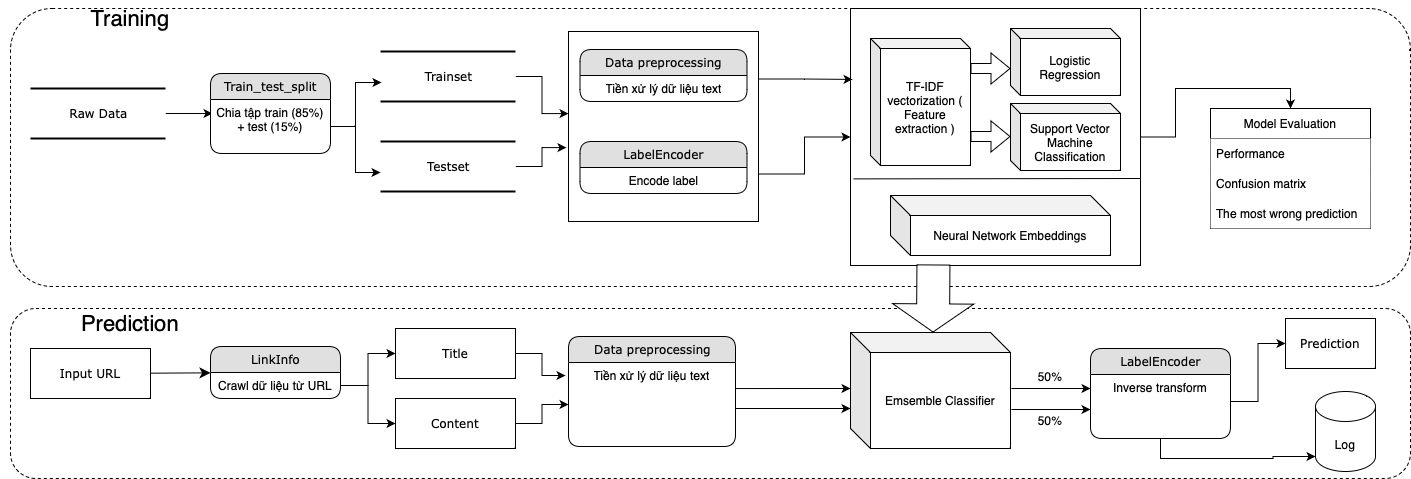
Above: outputs/figures/Projectworkflow.png in datkt1998/Text-Classification-of-News-Articles (draw.io), before the change. Source tidied: cells renumbered, new cells last; positions are measured from the earlier drawing's top-left corner, leaving out a move shared by most shapes.
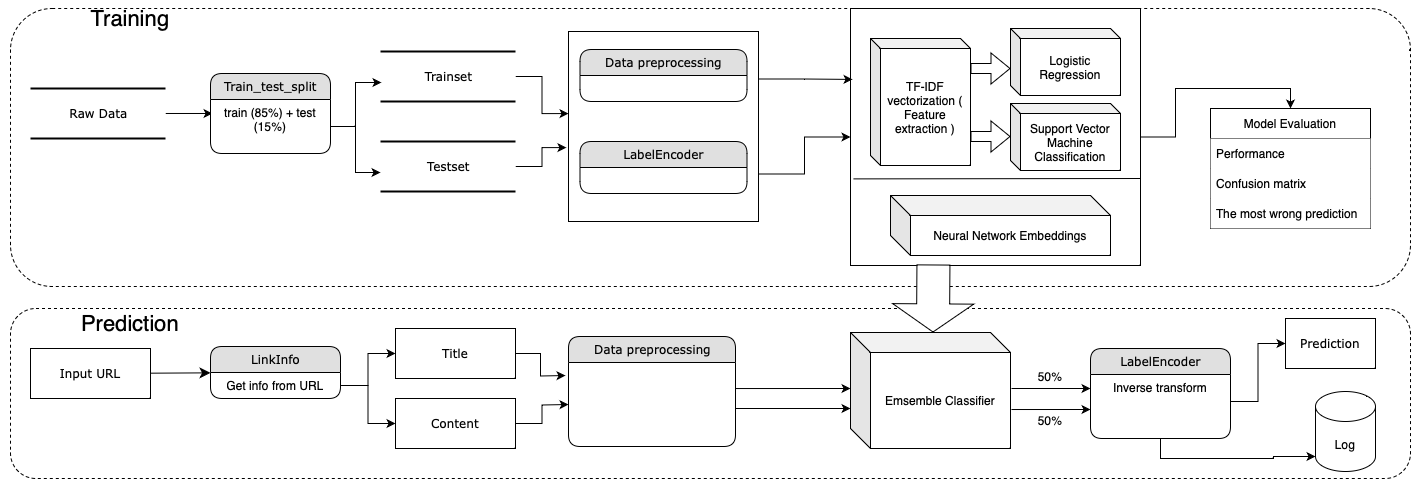
Later version of the same file.

What changed in the source:
```diff
@@ -23,7 +23,7 @@
     <mxCell id="8" value="LinkInfo" style="swimlane;html=1;fontStyle=0;horizontal=1;startSize=26;fillColor=#e0e0e0;swimlaneFillColor=#ffffff;align=center;rounded=1;shadow=0;comic=0;labelBackgroundColor=none;strokeWidth=1;fontFamily=Verdana;fontSize=12;" parent="1" vertex="1">
       <mxGeometry x="210" y="345" width="130" height="52" as="geometry" />
     </mxCell>
-    <mxCell id="9" value="Crawl dữ liệu từ URL" style="text;html=1;strokeColor=none;fillColor=none;spacingLeft=4;spacingRight=4;whiteSpace=wrap;overflow=hidden;points=[[0,0.5],[1,0.5]];portConstraint=eastwest;align=center;" parent="8" vertex="1">
+    <mxCell id="9" value="Get info from URL" style="text;html=1;strokeColor=none;fillColor=none;spacingLeft=4;spacingRight=4;whiteSpace=wrap;overflow=hidden;points=[[0,0.5],[1,0.5]];portConstraint=eastwest;align=center;" parent="8" vertex="1">
       <mxGeometry y="26" width="130" height="26" as="geometry" />
     </mxCell>
     <mxCell id="10" style="edgeStyle=orthogonalEdgeStyle;rounded=0;jettySize=auto;html=1;entryX=0.017;entryY=0.259;entryDx=0;entryDy=0;entryPerimeter=0;" parent="1" edge="1" source="11" target="13">
@@ -35,7 +35,7 @@
     <mxCell id="12" value="Train_test_split" style="swimlane;html=1;fontStyle=0;horizontal=1;startSize=26;fillColor=#e0e0e0;swimlaneFillColor=#ffffff;align=center;rounded=1;shadow=0;comic=0;labelBackgroundColor=none;strokeWidth=1;fontFamily=Verdana;fontSize=12;" parent="1" vertex="1">
       <mxGeometry x="210" y="72" width="120" height="80" as="geometry" />
     </mxCell>
-    <mxCell id="13" value="Chia tập train (85%) + test (15%)" style="text;html=1;strokeColor=none;fillColor=none;spacingLeft=4;spacingRight=4;whiteSpace=wrap;overflow=hidden;points=[[0,0.5],[1,0.5]];portConstraint=eastwest;align=center;" parent="12" vertex="1">
+    <mxCell id="13" value="train (85%) + test (15%)" style="text;html=1;strokeColor=none;fillColor=none;spacingLeft=4;spacingRight=4;whiteSpace=wrap;overflow=hidden;points=[[0,0.5],[1,0.5]];portConstraint=eastwest;align=center;" parent="12" vertex="1">
       <mxGeometry y="26" width="120" height="54" as="geometry" />
     </mxCell>
     <mxCell id="14" style="edgeStyle=orthogonalEdgeStyle;rounded=0;jettySize=auto;html=1;entryX=0;entryY=0.432;entryDx=0;entryDy=0;entryPerimeter=0;" parent="1" edge="1" source="15" target="20">
@@ -62,15 +62,9 @@
     <mxCell id="21" value="Data preprocessing" style="swimlane;html=1;fontStyle=0;horizontal=1;startSize=26;fillColor=#e0e0e0;swimlaneFillColor=#ffffff;align=center;rounded=1;shadow=0;comic=0;labelBackgroundColor=none;strokeWidth=1;fontFamily=Verdana;fontSize=12;" parent="1" vertex="1">
       <mxGeometry x="579.5" y="48" width="167" height="52" as="geometry" />
     </mxCell>
-    <mxCell id="22" value="Tiền xử lý dữ liệu text" style="text;html=1;strokeColor=none;fillColor=none;spacingLeft=4;spacingRight=4;whiteSpace=wrap;overflow=hidden;align=center;" parent="21" vertex="1">
-      <mxGeometry y="26" width="167" height="26" as="geometry" />
-    </mxCell>
     <mxCell id="23" value="LabelEncoder" style="swimlane;html=1;fontStyle=0;horizontal=1;startSize=26;fillColor=#e0e0e0;swimlaneFillColor=#ffffff;align=center;rounded=1;shadow=0;comic=0;labelBackgroundColor=none;strokeWidth=1;fontFamily=Verdana;fontSize=12;" parent="1" vertex="1">
       <mxGeometry x="579.5" y="140" width="167" height="52" as="geometry" />
     </mxCell>
-    <mxCell id="24" value="Encode label" style="text;html=1;strokeColor=none;fillColor=none;spacingLeft=4;spacingRight=4;whiteSpace=wrap;overflow=hidden;align=center;" parent="23" vertex="1">
-      <mxGeometry y="26" width="167" height="26" as="geometry" />
-    </mxCell>
     <mxCell id="25" style="endArrow=none;html=1;rounded=0;exitX=0.01;exitY=0.663;exitDx=0;exitDy=0;exitPerimeter=0;" parent="1" edge="1" source="5">
       <mxGeometry relative="1" as="geometry">
         <mxPoint x="1140" y="177" as="targetPoint" />
@@ -88,14 +82,18 @@
     <mxCell id="29" value="Support Vector Machine Classification" style="shape=cube;whiteSpace=wrap;html=1;boundedLbl=1;backgroundOutline=1;darkOpacity=0.05;darkOpacity2=0.1;size=10;" parent="1" vertex="1">
       <mxGeometry x="1010" y="102" width="110" height="67" as="geometry" />
     </mxCell>
-    <mxCell id="30" style="edgeStyle=orthogonalEdgeStyle;rounded=0;jettySize=auto;html=1;entryX=-0.018;entryY=0.155;entryDx=0;entryDy=0;entryPerimeter=0;" parent="1" edge="1" source="31" target="36">
-      <mxGeometry relative="1" as="geometry" />
+    <mxCell id="30" style="edgeStyle=orthogonalEdgeStyle;rounded=0;jettySize=auto;html=1;entryX=-0.018;entryY=0.155;entryDx=0;entryDy=0;entryPerimeter=0;" parent="1" edge="1" source="31">
+      <mxGeometry relative="1" as="geometry">
+        <mxPoint x="565" y="374" as="targetPoint" />
+      </mxGeometry>
     </mxCell>
     <mxCell id="31" value="Title" style="whiteSpace=wrap;html=1;rounded=0;shadow=0;comic=0;labelBackgroundColor=none;strokeWidth=1;fontFamily=Verdana;fontSize=12;align=center;" parent="1" vertex="1">
       <mxGeometry x="395" y="327" width="120" height="50" as="geometry" />
     </mxCell>
-    <mxCell id="32" style="edgeStyle=orthogonalEdgeStyle;rounded=0;jettySize=auto;html=1;entryX=0;entryY=0.5;entryDx=0;entryDy=0;" parent="1" edge="1" source="33" target="36">
-      <mxGeometry relative="1" as="geometry" />
+    <mxCell id="32" style="edgeStyle=orthogonalEdgeStyle;rounded=0;jettySize=auto;html=1;entryX=0;entryY=0.5;entryDx=0;entryDy=0;" parent="1" edge="1" source="33">
+      <mxGeometry relative="1" as="geometry">
+        <mxPoint x="568" y="403" as="targetPoint" />
+      </mxGeometry>
     </mxCell>
     <mxCell id="33" value="Content" style="whiteSpace=wrap;html=1;rounded=0;shadow=0;comic=0;labelBackgroundColor=none;strokeWidth=1;fontFamily=Verdana;fontSize=12;align=center;" parent="1" vertex="1">
       <mxGeometry x="395" y="397" width="120" height="50" as="geometry" />
@@ -106,9 +104,6 @@
     <mxCell id="35" value="Data preprocessing" style="swimlane;html=1;fontStyle=0;horizontal=1;startSize=26;fillColor=#e0e0e0;swimlaneFillColor=#ffffff;align=center;rounded=1;shadow=0;comic=0;labelBackgroundColor=none;strokeWidth=1;fontFamily=Verdana;fontSize=12;" parent="1" vertex="1">
       <mxGeometry x="568" y="335" width="167" height="110" as="geometry" />
     </mxCell>
-    <mxCell id="36" value="Tiền xử lý dữ liệu text" style="text;html=1;strokeColor=none;fillColor=none;spacingLeft=4;spacingRight=4;whiteSpace=wrap;overflow=hidden;points=[[0,0.5],[1,0.5]];portConstraint=eastwest;align=center;" parent="35" vertex="1">
-      <mxGeometry y="26" width="167" height="84" as="geometry" />
-    </mxCell>
     <mxCell id="37" value="Model Evaluation" style="swimlane;fontStyle=0;horizontal=1;startSize=30;whiteSpace=wrap;html=1;" parent="1" vertex="1">
       <mxGeometry x="1210" y="107" width="160" height="120" as="geometry" />
     </mxCell>
@@ -122,7 +117,12 @@
       <mxGeometry y="90" width="160" height="30" as="geometry" />
     </mxCell>
     <mxCell id="41" style="edgeStyle=orthogonalEdgeStyle;rounded=0;jettySize=auto;html=1;exitX=0.5;exitY=1;exitDx=0;exitDy=0;entryX=0;entryY=1;entryDx=0;entryDy=-15;entryPerimeter=0;" parent="1" edge="1" source="42" target="45">
-      <mxGeometry relative="1" as="geometry" />
+      <mxGeometry relative="1" as="geometry">
+        <Array as="points">
+          <mxPoint x="1160" y="457" />
+          <mxPoint x="1273" y="457" />
+        </Array>
+      </mxGeometry>
     </mxCell>
     <mxCell id="42" value="LabelEncoder" style="swimlane;html=1;fontStyle=0;horizontal=1;startSize=26;fillColor=#e0e0e0;swimlaneFillColor=#ffffff;align=center;rounded=1;shadow=0;comic=0;labelBackgroundColor=none;strokeWidth=1;fontFamily=Verdana;fontSize=12;" parent="1" vertex="1">
       <mxGeometry x="1090" y="347" width="140" height="90" as="geometry" />
@@ -160,8 +160,9 @@
     <mxCell id="53" style="edgeStyle=orthogonalEdgeStyle;rounded=0;jettySize=auto;html=1;exitX=1;exitY=0.5;exitDx=0;exitDy=0;entryX=0;entryY=0.62;entryDx=0;entryDy=0;entryPerimeter=0;" parent="1" edge="1" source="13" target="17">
       <mxGeometry relative="1" as="geometry" />
     </mxCell>
-    <mxCell id="54" style="endArrow=classic;html=1;rounded=0;exitX=1;exitY=0.31;exitDx=0;exitDy=0;exitPerimeter=0;" parent="1" edge="1" source="36">
+    <mxCell id="54" style="endArrow=classic;html=1;rounded=0;exitX=1;exitY=0.31;exitDx=0;exitDy=0;exitPerimeter=0;" parent="1" edge="1">
       <mxGeometry relative="1" as="geometry">
+        <mxPoint x="735" y="387" as="sourcePoint" />
         <mxPoint x="850" y="387" as="targetPoint" />
       </mxGeometry>
     </mxCell>
```
